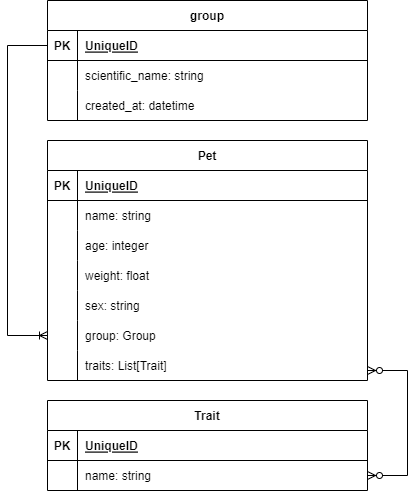
Above: Pet Kare.png in Natangaf/Pet-kare (draw.io), before the change. Source tidied: cells renumbered, new cells last; positions are measured from the earlier drawing's top-left corner, leaving out a move shared by most shapes. The source it was exported from:
```xml
<mxGraphModel>
  <root>
    <mxCell id="0" />
    <mxCell id="1" parent="0" />
    <mxCell id="2" value="Pet        " style="shape=table;startSize=30;rowLines=0;fontStyle=1;align=center;" parent="1" vertex="1">
      <mxGeometry x="80" y="140" width="320" height="240" as="geometry" />
    </mxCell>
    <mxCell id="3" style="shape=tableRow;horizontal=0;startSize=0;swimlaneHead=0;swimlaneBody=0;fillColor=none;top=0;left=0;right=0;bottom=1;" parent="2" vertex="1">
      <mxGeometry y="30" width="320" height="30" as="geometry" />
    </mxCell>
    <mxCell id="4" value="PK" style="shape=partialRectangle;fillColor=none;top=0;left=0;bottom=0;right=0;fontStyle=1;overflow=hidden;" parent="3" vertex="1">
      <mxGeometry width="30" height="30" as="geometry" />
    </mxCell>
    <mxCell id="5" value="UniqueID" style="shape=partialRectangle;fillColor=none;top=0;left=0;bottom=0;right=0;align=left;spacingLeft=6;fontStyle=5;overflow=hidden;" parent="3" vertex="1">
      <mxGeometry x="30" width="290" height="30" as="geometry" />
    </mxCell>
    <mxCell id="6" style="shape=tableRow;horizontal=0;startSize=0;swimlaneHead=0;swimlaneBody=0;fillColor=none;top=0;left=0;right=0;bottom=0;" parent="2" vertex="1">
      <mxGeometry y="60" width="320" height="30" as="geometry" />
    </mxCell>
    <mxCell id="7" style="shape=partialRectangle;fillColor=none;top=0;left=0;bottom=0;right=0;overflow=hidden;" parent="6" vertex="1">
      <mxGeometry width="30" height="30" as="geometry" />
    </mxCell>
    <mxCell id="8" value=" name: string" style="shape=partialRectangle;fillColor=none;top=0;left=0;bottom=0;right=0;align=left;spacingLeft=6;overflow=hidden;" parent="6" vertex="1">
      <mxGeometry x="30" width="290" height="30" as="geometry" />
    </mxCell>
    <mxCell id="9" style="shape=tableRow;horizontal=0;startSize=0;swimlaneHead=0;swimlaneBody=0;fillColor=none;top=0;left=0;right=0;bottom=0;" parent="2" vertex="1">
      <mxGeometry y="90" width="320" height="30" as="geometry" />
    </mxCell>
    <mxCell id="10" style="shape=partialRectangle;fillColor=none;top=0;left=0;bottom=0;right=0;overflow=hidden;" parent="9" vertex="1">
      <mxGeometry width="30" height="30" as="geometry" />
    </mxCell>
    <mxCell id="11" value="age: integer " style="shape=partialRectangle;fillColor=none;top=0;left=0;bottom=0;right=0;align=left;spacingLeft=6;overflow=hidden;" parent="9" vertex="1">
      <mxGeometry x="30" width="290" height="30" as="geometry" />
    </mxCell>
    <mxCell id="12" style="shape=tableRow;horizontal=0;startSize=0;swimlaneHead=0;swimlaneBody=0;fillColor=none;top=0;left=0;right=0;bottom=0;" parent="2" vertex="1">
      <mxGeometry y="120" width="320" height="30" as="geometry" />
    </mxCell>
    <mxCell id="13" style="shape=partialRectangle;fillColor=none;top=0;left=0;bottom=0;right=0;overflow=hidden;" parent="12" vertex="1">
      <mxGeometry width="30" height="30" as="geometry" />
    </mxCell>
    <mxCell id="14" value=" weight: float" style="shape=partialRectangle;fillColor=none;top=0;left=0;bottom=0;right=0;align=left;spacingLeft=6;overflow=hidden;" parent="12" vertex="1">
      <mxGeometry x="30" width="290" height="30" as="geometry" />
    </mxCell>
    <mxCell id="15" style="shape=tableRow;horizontal=0;startSize=0;swimlaneHead=0;swimlaneBody=0;fillColor=none;top=0;left=0;right=0;bottom=0;" parent="2" vertex="1">
      <mxGeometry y="150" width="320" height="30" as="geometry" />
    </mxCell>
    <mxCell id="16" style="shape=partialRectangle;fillColor=none;top=0;left=0;bottom=0;right=0;overflow=hidden;" parent="15" vertex="1">
      <mxGeometry width="30" height="30" as="geometry" />
    </mxCell>
    <mxCell id="17" value="sex: string " style="shape=partialRectangle;fillColor=none;top=0;left=0;bottom=0;right=0;align=left;spacingLeft=6;overflow=hidden;" parent="15" vertex="1">
      <mxGeometry x="30" width="290" height="30" as="geometry" />
    </mxCell>
    <mxCell id="18" style="shape=tableRow;horizontal=0;startSize=0;swimlaneHead=0;swimlaneBody=0;fillColor=none;points=[[0,0.5],[1,0.5]];portConstraint=eastwest;top=0;left=0;right=0;bottom=0;" parent="2" vertex="1">
      <mxGeometry y="180" width="320" height="30" as="geometry" />
    </mxCell>
    <mxCell id="19" style="shape=partialRectangle;fillColor=none;top=0;left=0;bottom=0;right=0;overflow=hidden;" parent="18" vertex="1">
      <mxGeometry width="30" height="30" as="geometry" />
    </mxCell>
    <mxCell id="20" value="group: Group" style="shape=partialRectangle;fillColor=none;top=0;left=0;bottom=0;right=0;align=left;spacingLeft=6;overflow=hidden;" parent="18" vertex="1">
      <mxGeometry x="30" width="290" height="30" as="geometry" />
    </mxCell>
    <mxCell id="21" style="shape=tableRow;horizontal=0;startSize=0;swimlaneHead=0;swimlaneBody=0;fillColor=none;top=0;left=0;right=0;bottom=0;" parent="2" vertex="1">
      <mxGeometry y="210" width="320" height="30" as="geometry" />
    </mxCell>
    <mxCell id="22" style="shape=partialRectangle;fillColor=none;top=0;left=0;bottom=0;right=0;overflow=hidden;" parent="21" vertex="1">
      <mxGeometry width="30" height="30" as="geometry" />
    </mxCell>
    <mxCell id="23" value="traits: List[Trait] " style="shape=partialRectangle;fillColor=none;top=0;left=0;bottom=0;right=0;align=left;spacingLeft=6;overflow=hidden;" parent="21" vertex="1">
      <mxGeometry x="30" width="290" height="30" as="geometry" />
    </mxCell>
    <mxCell id="24" value="group" style="shape=table;startSize=30;rowLines=0;fontStyle=1;align=center;" parent="1" vertex="1">
      <mxGeometry x="80" width="320" height="120" as="geometry" />
    </mxCell>
    <mxCell id="25" style="shape=tableRow;horizontal=0;startSize=0;swimlaneHead=0;swimlaneBody=0;fillColor=none;points=[[0,0.5],[1,0.5]];portConstraint=eastwest;top=0;left=0;right=0;bottom=1;" parent="24" vertex="1">
      <mxGeometry y="30" width="320" height="30" as="geometry" />
    </mxCell>
    <mxCell id="26" value="PK" style="shape=partialRectangle;fillColor=none;top=0;left=0;bottom=0;right=0;fontStyle=1;overflow=hidden;" parent="25" vertex="1">
      <mxGeometry width="30" height="30" as="geometry" />
    </mxCell>
    <mxCell id="27" value="UniqueID" style="shape=partialRectangle;fillColor=none;top=0;left=0;bottom=0;right=0;align=left;spacingLeft=6;fontStyle=5;overflow=hidden;" parent="25" vertex="1">
      <mxGeometry x="30" width="290" height="30" as="geometry" />
    </mxCell>
    <mxCell id="28" style="shape=tableRow;horizontal=0;startSize=0;swimlaneHead=0;swimlaneBody=0;fillColor=none;top=0;left=0;right=0;bottom=0;" parent="24" vertex="1">
      <mxGeometry y="60" width="320" height="30" as="geometry" />
    </mxCell>
    <mxCell id="29" style="shape=partialRectangle;fillColor=none;top=0;left=0;bottom=0;right=0;overflow=hidden;" parent="28" vertex="1">
      <mxGeometry width="30" height="30" as="geometry" />
    </mxCell>
    <mxCell id="30" value=" scientific_name: string" style="shape=partialRectangle;fillColor=none;top=0;left=0;bottom=0;right=0;align=left;spacingLeft=6;overflow=hidden;" parent="28" vertex="1">
      <mxGeometry x="30" width="290" height="30" as="geometry" />
    </mxCell>
    <mxCell id="31" style="shape=tableRow;horizontal=0;startSize=0;swimlaneHead=0;swimlaneBody=0;fillColor=none;top=0;left=0;right=0;bottom=0;" parent="24" vertex="1">
      <mxGeometry y="90" width="320" height="30" as="geometry" />
    </mxCell>
    <mxCell id="32" style="shape=partialRectangle;fillColor=none;top=0;left=0;bottom=0;right=0;overflow=hidden;" parent="31" vertex="1">
      <mxGeometry width="30" height="30" as="geometry" />
    </mxCell>
    <mxCell id="33" value="created_at: datetime  " style="shape=partialRectangle;fillColor=none;top=0;left=0;bottom=0;right=0;align=left;spacingLeft=6;overflow=hidden;" parent="31" vertex="1">
      <mxGeometry x="30" width="290" height="30" as="geometry" />
    </mxCell>
    <mxCell id="34" value="Trait" style="shape=table;startSize=30;rowLines=0;fontStyle=1;align=center;" parent="1" vertex="1">
      <mxGeometry x="80" y="400" width="320" height="90" as="geometry" />
    </mxCell>
    <mxCell id="35" style="shape=tableRow;horizontal=0;startSize=0;swimlaneHead=0;swimlaneBody=0;fillColor=none;top=0;left=0;right=0;bottom=1;" parent="34" vertex="1">
      <mxGeometry y="30" width="320" height="30" as="geometry" />
    </mxCell>
    <mxCell id="36" value="PK" style="shape=partialRectangle;fillColor=none;top=0;left=0;bottom=0;right=0;fontStyle=1;overflow=hidden;" parent="35" vertex="1">
      <mxGeometry width="30" height="30" as="geometry" />
    </mxCell>
    <mxCell id="37" value="UniqueID" style="shape=partialRectangle;fillColor=none;top=0;left=0;bottom=0;right=0;align=left;spacingLeft=6;fontStyle=5;overflow=hidden;" parent="35" vertex="1">
      <mxGeometry x="30" width="290" height="30" as="geometry" />
    </mxCell>
    <mxCell id="38" style="shape=tableRow;horizontal=0;startSize=0;swimlaneHead=0;swimlaneBody=0;fillColor=none;points=[[0,0.5],[1,0.5]];portConstraint=eastwest;top=0;left=0;right=0;bottom=0;" parent="34" vertex="1">
      <mxGeometry y="60" width="320" height="30" as="geometry" />
    </mxCell>
    <mxCell id="39" style="shape=partialRectangle;fillColor=none;top=0;left=0;bottom=0;right=0;overflow=hidden;" parent="38" vertex="1">
      <mxGeometry width="30" height="30" as="geometry" />
    </mxCell>
    <mxCell id="40" value="name: string" style="shape=partialRectangle;fillColor=none;top=0;left=0;bottom=0;right=0;align=left;spacingLeft=6;overflow=hidden;" parent="38" vertex="1">
      <mxGeometry x="30" width="290" height="30" as="geometry" />
    </mxCell>
    <mxCell id="41" style="edgeStyle=elbowEdgeStyle;fontSize=12;html=1;endArrow=ERzeroToMany;endFill=1;startArrow=ERzeroToMany;rounded=0;entryX=1;entryY=0.5;entryDx=0;entryDy=0;" parent="1" edge="1" target="38">
      <mxGeometry relative="1" as="geometry">
        <mxPoint x="400" y="370" as="sourcePoint" />
        <Array as="points">
          <mxPoint x="440" y="410" />
        </Array>
      </mxGeometry>
    </mxCell>
    <mxCell id="42" style="fontSize=12;html=1;endArrow=ERoneToMany;rounded=0;exitX=0;exitY=0.5;exitDx=0;exitDy=0;edgeStyle=elbowEdgeStyle;" parent="1" edge="1" source="25" target="18">
      <mxGeometry relative="1" as="geometry">
        <Array as="points">
          <mxPoint x="40" y="180" />
          <mxPoint y="180" />
        </Array>
      </mxGeometry>
    </mxCell>
  </root>
</mxGraphModel>
```
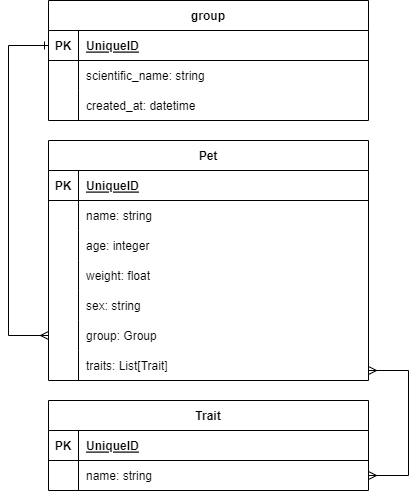
The same file after the commit.

Diff of the diagram source:
```diff
@@ -119,7 +119,7 @@
     <mxCell id="40" value="name: string" style="shape=partialRectangle;fillColor=none;top=0;left=0;bottom=0;right=0;align=left;spacingLeft=6;overflow=hidden;" parent="38" vertex="1">
       <mxGeometry x="30" width="290" height="30" as="geometry" />
     </mxCell>
-    <mxCell id="41" style="edgeStyle=elbowEdgeStyle;fontSize=12;html=1;endArrow=ERzeroToMany;endFill=1;startArrow=ERzeroToMany;rounded=0;entryX=1;entryY=0.5;entryDx=0;entryDy=0;" parent="1" edge="1" target="38">
+    <mxCell id="41" style="edgeStyle=elbowEdgeStyle;fontSize=12;html=1;endArrow=ERmany;endFill=0;startArrow=ERmany;rounded=0;entryX=1;entryY=0.5;entryDx=0;entryDy=0;startFill=0;" parent="1" edge="1" target="38">
       <mxGeometry relative="1" as="geometry">
         <mxPoint x="400" y="370" as="sourcePoint" />
         <Array as="points">
@@ -127,11 +127,10 @@
         </Array>
       </mxGeometry>
     </mxCell>
-    <mxCell id="42" style="fontSize=12;html=1;endArrow=ERoneToMany;rounded=0;exitX=0;exitY=0.5;exitDx=0;exitDy=0;edgeStyle=elbowEdgeStyle;" parent="1" edge="1" source="25" target="18">
+    <mxCell id="42" style="edgeStyle=elbowEdgeStyle;fontSize=12;html=1;endArrow=ERmany;startArrow=ERone;rounded=0;startFill=0;exitX=0;exitY=0.5;exitDx=0;exitDy=0;" parent="1" edge="1" source="25" target="18">
       <mxGeometry relative="1" as="geometry">
         <Array as="points">
           <mxPoint x="40" y="180" />
-          <mxPoint y="180" />
         </Array>
       </mxGeometry>
     </mxCell>
```
